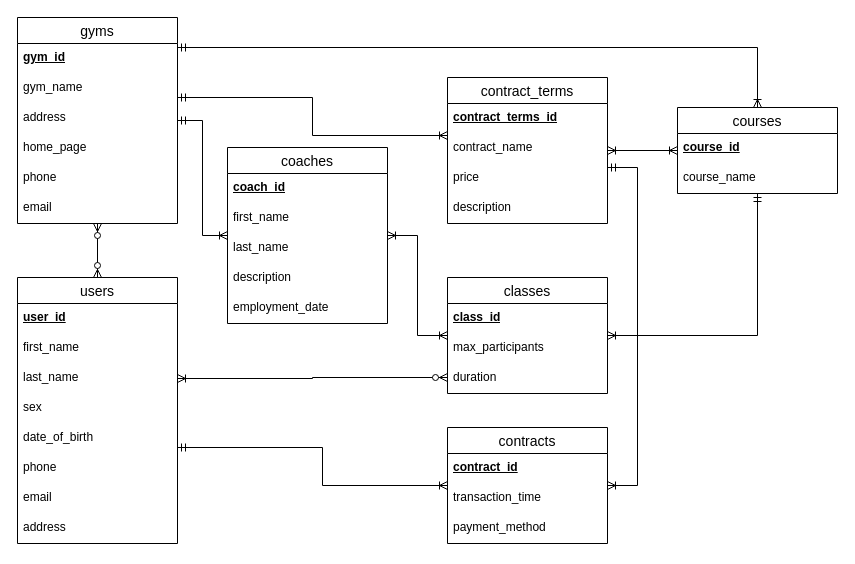
The draw.io diagram page "ER Model" (2 of 4) of Lab1/lab1.drawio in sasakiLuL/DataBaseKPI, before the edit. Source tidied: cells renumbered, new cells numbered last; positions are measured from the earlier drawing's top-left corner, leaving out a move shared by most shapes. Both pictures are drawn from the tidied source at 100%, with x=0, y=0 at pixel (17, 17).
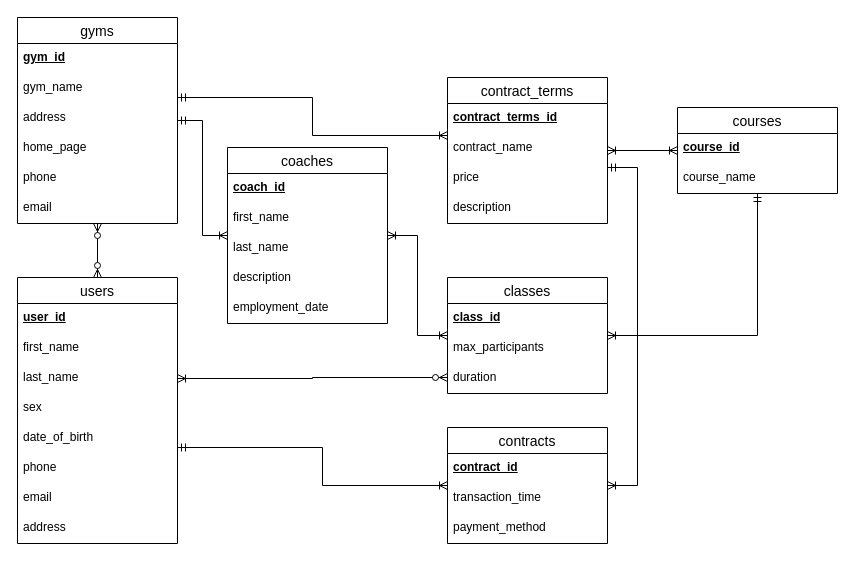
The same page after the edit.

Unchanged cells that the change refers to:
```xml
<mxCell id="15" value="gyms" style="swimlane;fontStyle=0;horizontal=1;startSize=26;align=center;fontSize=14;" parent="1" vertex="1">
  <mxGeometry width="160" height="206" as="geometry" />
</mxCell>
<mxCell id="40" value="courses" style="swimlane;fontStyle=0;horizontal=1;startSize=26;align=center;fontSize=14;" parent="1" vertex="1">
  <mxGeometry x="660" y="90" width="160" height="86" as="geometry" />
</mxCell>
```

Change to the diagram source:
```diff
@@
-    <mxCell id="43" style="edgeStyle=orthogonalEdgeStyle;fontSize=12;html=1;endArrow=ERoneToMany;startArrow=ERmandOne;rounded=0;" parent="1" edge="1" source="15" target="40">
-      <mxGeometry relative="1" as="geometry">
-        <Array as="points">
-          <mxPoint x="740" y="30" />
-        </Array>
-      </mxGeometry>
-    </mxCell>
```
